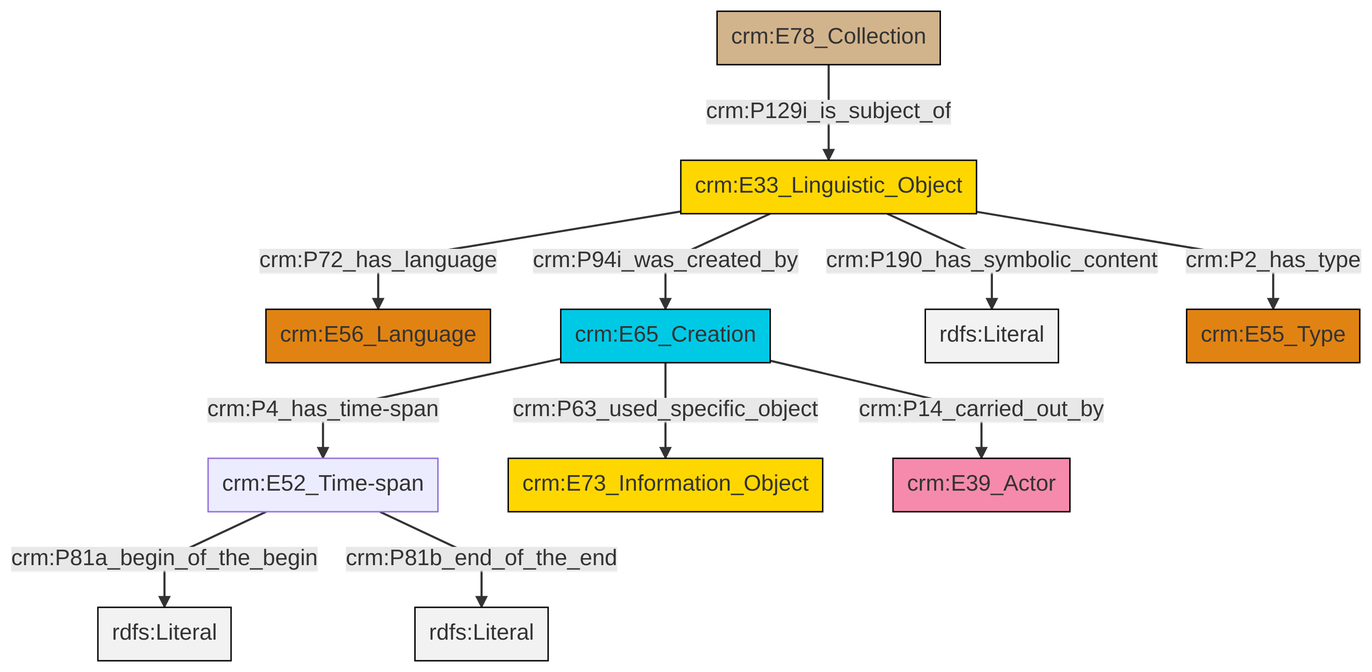
swiss-art-research-net/docs.swissartresearch keeps this Mermaid diagram as et/archivalCSV/ttl/mmd/png/archival_desc.png. Above is the earlier version. Its source is kept beside it as et/archivalCSV/ttl/mmd/archival_desc.ttl.mmd.
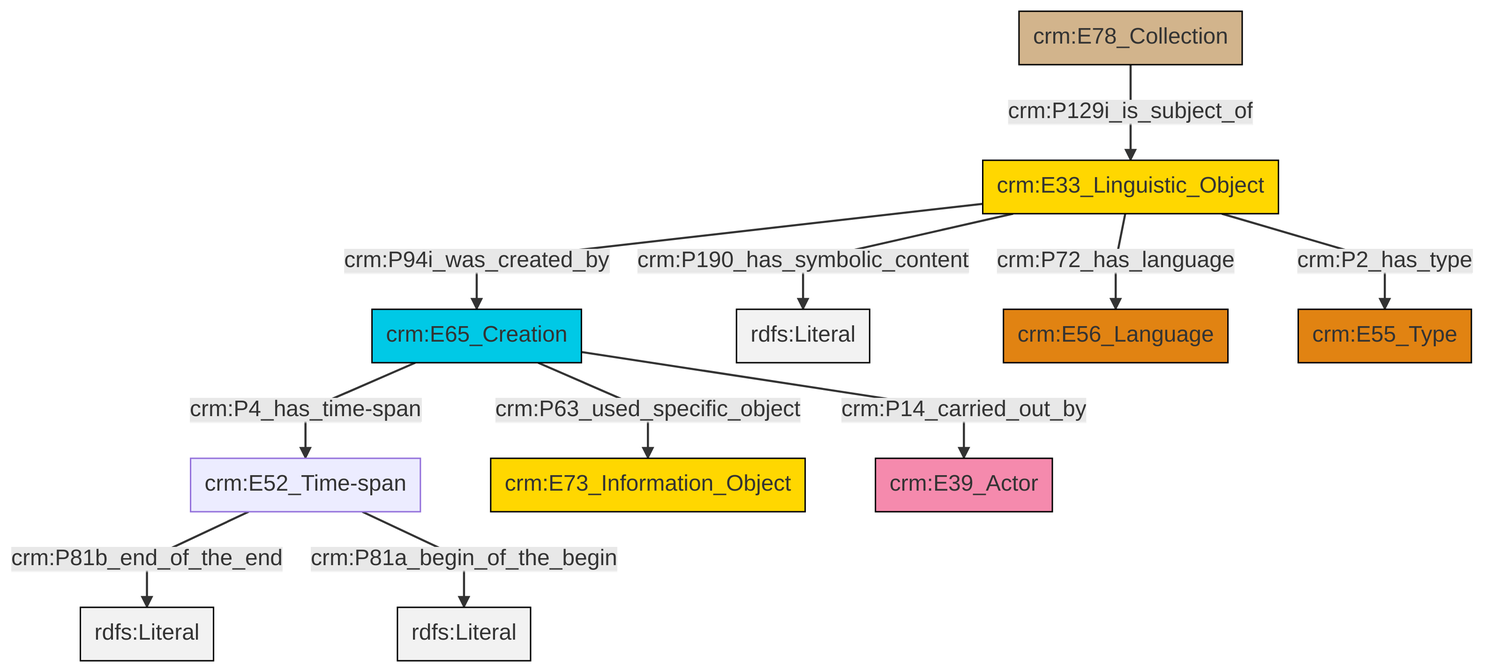
After the commit.

Diff of the diagram source:
```diff
@@ -13,13 +13,13 @@
 classDef PC_Classes fill:#4ce600, stroke:#000000;
 classDef Multi fill:#cccccc,stroke:#000000;
 
-0["crm:E33_Linguistic_Object"]:::Conceptual_Object -->|crm:P72_has_language| 2["crm:E56_Language"]:::Type
-3["crm:E65_Creation"]:::Temporal_Entity -->|crm:P63_used_specific_object| 7["crm:E73_Information_Object"]:::Conceptual_Object
-5["crm:E52_Time-span"]:::Default -->|crm:P81a_begin_of_the_begin| 8[rdfs:Literal]:::Literal
-0["crm:E33_Linguistic_Object"]:::Conceptual_Object -->|crm:P190_has_symbolic_content| 9[rdfs:Literal]:::Literal
-0["crm:E33_Linguistic_Object"]:::Conceptual_Object -->|crm:P2_has_type| 10["crm:E55_Type"]:::Type
-3["crm:E65_Creation"]:::Temporal_Entity -->|crm:P4_has_time-span| 5["crm:E52_Time-span"]:::Default
-14["crm:E78_Collection"]:::Physical_Thing -->|crm:P129i_is_subject_of| 0["crm:E33_Linguistic_Object"]:::Conceptual_Object
-3["crm:E65_Creation"]:::Temporal_Entity -->|crm:P14_carried_out_by| 11["crm:E39_Actor"]:::Actor
-5["crm:E52_Time-span"]:::Default -->|crm:P81b_end_of_the_end| 17[rdfs:Literal]:::Literal
-0["crm:E33_Linguistic_Object"]:::Conceptual_Object -->|crm:P94i_was_created_by| 3["crm:E65_Creation"]:::Temporal_Entity
+0["crm:E33_Linguistic_Object"]:::Conceptual_Object -->|crm:P94i_was_created_by| 1["crm:E65_Creation"]:::Temporal_Entity
+3["crm:E52_Time-span"]:::Default -->|crm:P81b_end_of_the_end| 4[rdfs:Literal]:::Literal
+0["crm:E33_Linguistic_Object"]:::Conceptual_Object -->|crm:P190_has_symbolic_content| 5[rdfs:Literal]:::Literal
+1["crm:E65_Creation"]:::Temporal_Entity -->|crm:P4_has_time-span| 3["crm:E52_Time-span"]:::Default
+1["crm:E65_Creation"]:::Temporal_Entity -->|crm:P63_used_specific_object| 7["crm:E73_Information_Object"]:::Conceptual_Object
+3["crm:E52_Time-span"]:::Default -->|crm:P81a_begin_of_the_begin| 11[rdfs:Literal]:::Literal
+0["crm:E33_Linguistic_Object"]:::Conceptual_Object -->|crm:P72_has_language| 15["crm:E56_Language"]:::Type
+0["crm:E33_Linguistic_Object"]:::Conceptual_Object -->|crm:P2_has_type| 17["crm:E55_Type"]:::Type
+1["crm:E65_Creation"]:::Temporal_Entity -->|crm:P14_carried_out_by| 8["crm:E39_Actor"]:::Actor
+13["crm:E78_Collection"]:::Physical_Thing -->|crm:P129i_is_subject_of| 0["crm:E33_Linguistic_Object"]:::Conceptual_Object
```
